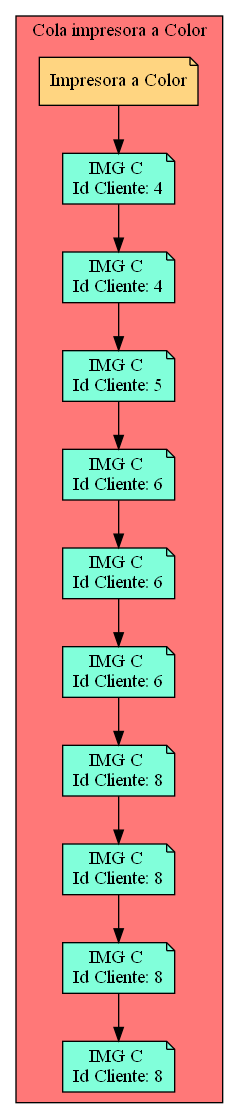
Serch-ING/EDD_UDRAWING_202000119 keeps this Graphviz diagram as Cola_Print_color.png. Above is the earlier version. Its source is kept beside it as Cola_Print_color.dot.
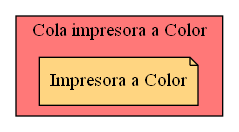
Later version of the same file.

Change to the diagram source:
```diff
@@ -3,43 +3,4 @@
 subgraph cluster_p{
     label= " Cola impresora a Color "
  raiz[label = "Impresora a Color" fillcolor="#FFD581" ]    bgcolor = "#FF7878"
-Nodo1847008471[label="IMG C
-Id Cliente: 4",fillcolor="#81FFDA"]
-Nodo1076607567[label="IMG C
-Id Cliente: 4",fillcolor="#81FFDA"]
-Nodo71399214[label="IMG C
-Id Cliente: 5",fillcolor="#81FFDA"]
-Nodo854587510[label="IMG C
-Id Cliente: 6",fillcolor="#81FFDA"]
-Nodo148626113[label="IMG C
-Id Cliente: 6",fillcolor="#81FFDA"]
-Nodo1847637306[label="IMG C
-Id Cliente: 6",fillcolor="#81FFDA"]
-Nodo1332668132[label="IMG C
-Id Cliente: 8",fillcolor="#81FFDA"]
-Nodo1147580192[label="IMG C
-Id Cliente: 8",fillcolor="#81FFDA"]
-Nodo173099767[label="IMG C
-Id Cliente: 8",fillcolor="#81FFDA"]
-Nodo112797691[label="IMG C
-Id Cliente: 8",fillcolor="#81FFDA"]
-
-raiz->Nodo1847008471
-Nodo1847008471 -> Nodo1076607567
-
-Nodo1076607567 -> Nodo71399214
-
-Nodo71399214 -> Nodo854587510
-
-Nodo854587510 -> Nodo148626113
-
-Nodo148626113 -> Nodo1847637306
-
-Nodo1847637306 -> Nodo1332668132
-
-Nodo1332668132 -> Nodo1147580192
-
-Nodo1147580192 -> Nodo173099767
-
-Nodo173099767 -> Nodo112797691
 }}
```
